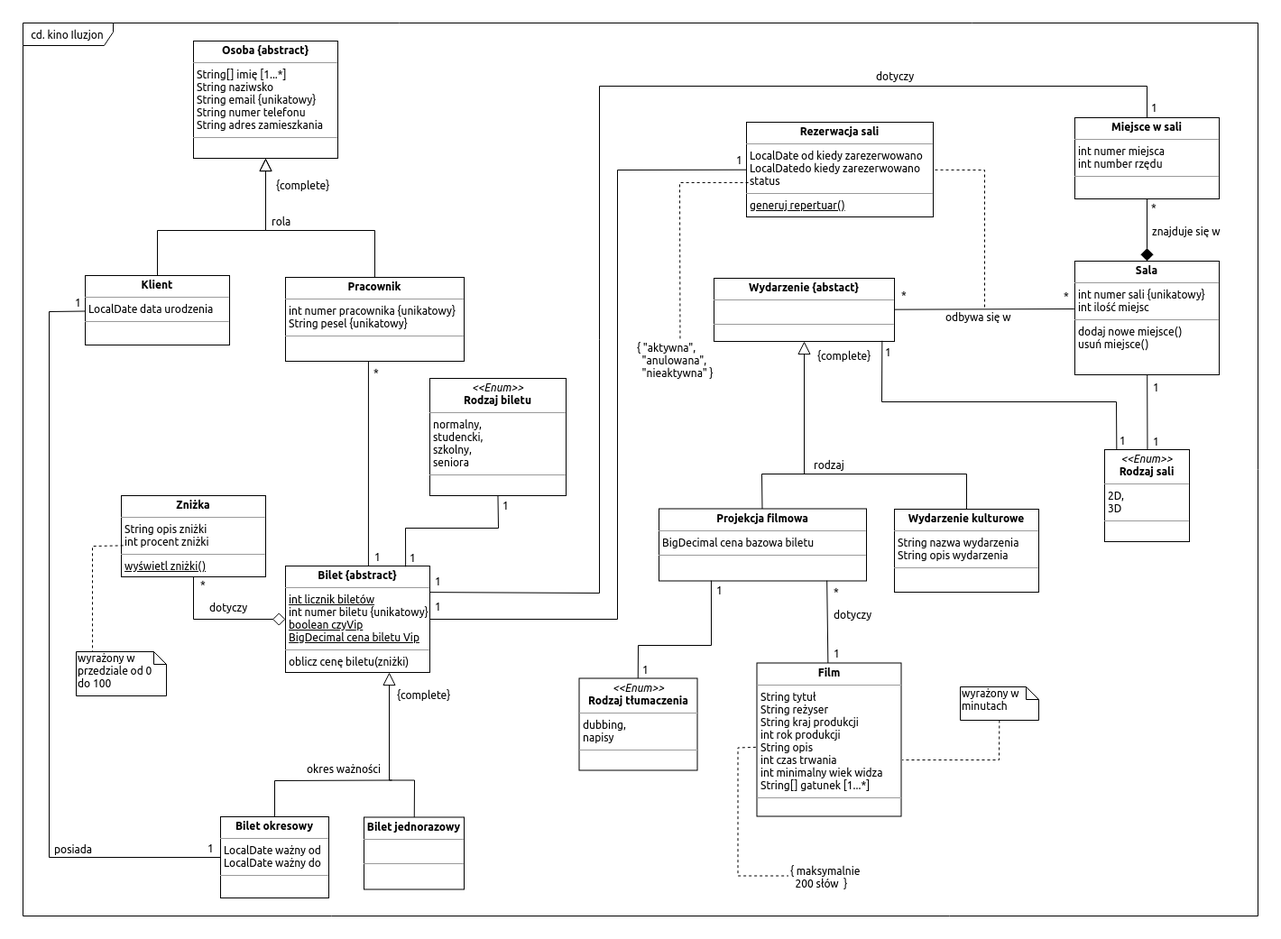
This is MAS/project/docs/diagram_klas_projektowy.png from Billith/Academic, a draw.io export, as it was before one commit. Source tidied: cells renumbered, new cells last; positions are measured from the earlier drawing's top-left corner, leaving out a move shared by most shapes.
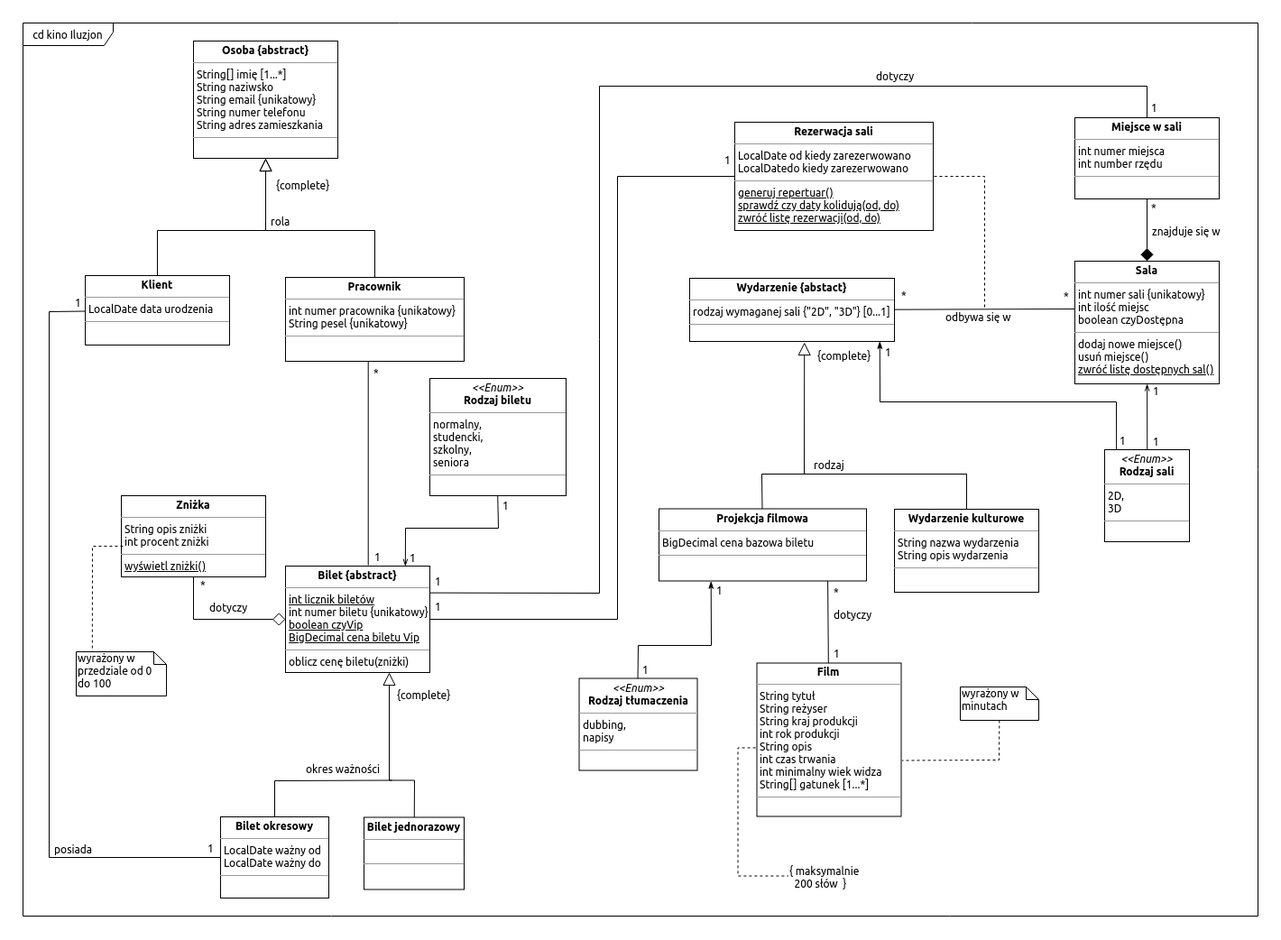
The same diagram one commit later.

Change to the diagram source:
```diff
@@ -2,6 +2,9 @@
   <root>
     <mxCell id="0" />
     <mxCell id="1" parent="0" />
+    <mxCell id="76" value="cd kino Iluzjon" style="shape=umlFrame;whiteSpace=wrap;html=1;width=100;height=25;" parent="1" vertex="1">
+      <mxGeometry width="1369" height="990" as="geometry" />
+    </mxCell>
     <mxCell id="2" style="endArrow=block;endFill=0;endSize=12;html=1;rounded=0;" parent="1" edge="1" source="66" target="6">
       <mxGeometry relative="1" as="geometry">
         <Array as="points">
@@ -18,7 +21,7 @@
       <mxGeometry relative="1" as="geometry">
         <mxPoint x="1066" y="315" as="sourcePoint" />
         <Array as="points">
-          <mxPoint x="1066" y="163" />
+          <mxPoint x="1066" y="170" />
         </Array>
       </mxGeometry>
     </mxCell>
@@ -45,17 +48,17 @@
     <mxCell id="10" value="&lt;p style=&quot;margin: 0px ; margin-top: 4px ; text-align: center&quot;&gt;&lt;b&gt;Bilet jednorazowy&lt;/b&gt;&lt;/p&gt;&lt;hr size=&quot;1&quot;&gt;&lt;p style=&quot;margin: 0px ; margin-left: 4px&quot;&gt;&lt;br&gt;&lt;/p&gt;&lt;hr size=&quot;1&quot;&gt;&lt;p style=&quot;margin: 0px ; margin-left: 4px&quot;&gt;&lt;br&gt;&lt;/p&gt;" style="verticalAlign=top;align=left;overflow=fill;fontSize=12;fontFamily=Helvetica;html=1;" parent="1" vertex="1">
       <mxGeometry x="378" y="880.5" width="111" height="80" as="geometry" />
     </mxCell>
-    <mxCell id="11" value="&lt;p style=&quot;margin: 0px ; margin-top: 4px ; text-align: center&quot;&gt;&lt;b&gt;Sala&lt;/b&gt;&lt;/p&gt;&lt;hr size=&quot;1&quot;&gt;&lt;p style=&quot;margin: 0px ; margin-left: 4px&quot;&gt;int numer sali {unikatowy}&lt;/p&gt;&lt;p style=&quot;margin: 0px ; margin-left: 4px&quot;&gt;int ilość miejsc&lt;/p&gt;&lt;hr size=&quot;1&quot;&gt;&lt;p style=&quot;margin: 0px ; margin-left: 4px&quot;&gt;dodaj nowe miejsce()&lt;/p&gt;&lt;p style=&quot;margin: 0px ; margin-left: 4px&quot;&gt;usuń miejsce()&lt;/p&gt;" style="verticalAlign=top;align=left;overflow=fill;fontSize=12;fontFamily=Helvetica;html=1;" parent="1" vertex="1">
-      <mxGeometry x="1166" y="264" width="160" height="126" as="geometry" />
+    <mxCell id="11" value="&lt;p style=&quot;margin: 0px ; margin-top: 4px ; text-align: center&quot;&gt;&lt;b&gt;Sala&lt;/b&gt;&lt;/p&gt;&lt;hr size=&quot;1&quot;&gt;&lt;p style=&quot;margin: 0px ; margin-left: 4px&quot;&gt;int numer sali {unikatowy}&lt;/p&gt;&lt;p style=&quot;margin: 0px ; margin-left: 4px&quot;&gt;int ilość miejsc&lt;/p&gt;&lt;p style=&quot;margin: 0px ; margin-left: 4px&quot;&gt;boolean czyDostępna&lt;/p&gt;&lt;hr size=&quot;1&quot;&gt;&lt;p style=&quot;margin: 0px ; margin-left: 4px&quot;&gt;dodaj nowe miejsce()&lt;/p&gt;&lt;p style=&quot;margin: 0px ; margin-left: 4px&quot;&gt;usuń miejsce()&lt;/p&gt;&lt;p style=&quot;margin: 0px ; margin-left: 4px&quot;&gt;&lt;u&gt;zwróć listę dostępnych sal()&lt;/u&gt;&lt;/p&gt;" style="verticalAlign=top;align=left;overflow=fill;fontSize=12;fontFamily=Helvetica;html=1;" parent="1" vertex="1">
+      <mxGeometry x="1166" y="264" width="160" height="136" as="geometry" />
     </mxCell>
     <mxCell id="12" value="&lt;p style=&quot;margin: 0px ; margin-top: 4px ; text-align: center&quot;&gt;&lt;b&gt;Miejsce w sali&lt;/b&gt;&lt;/p&gt;&lt;hr size=&quot;1&quot;&gt;&lt;p style=&quot;margin: 0px ; margin-left: 4px&quot;&gt;int numer miejsca&lt;/p&gt;&lt;p style=&quot;margin: 0px ; margin-left: 4px&quot;&gt;int number rzędu&lt;/p&gt;&lt;hr size=&quot;1&quot;&gt;&lt;p style=&quot;margin: 0px ; margin-left: 4px&quot;&gt;&lt;br&gt;&lt;/p&gt;" style="verticalAlign=top;align=left;overflow=fill;fontSize=12;fontFamily=Helvetica;html=1;" parent="1" vertex="1">
       <mxGeometry x="1166" y="105" width="160" height="90" as="geometry" />
     </mxCell>
-    <mxCell id="13" value="&lt;p style=&quot;margin: 0px ; margin-top: 4px ; text-align: center&quot;&gt;&lt;b&gt;Rezerwacja sali&lt;/b&gt;&lt;/p&gt;&lt;hr size=&quot;1&quot;&gt;&lt;p style=&quot;margin: 0px ; margin-left: 4px&quot;&gt;LocalDate od kiedy zarezerwowano&lt;/p&gt;&lt;p style=&quot;margin: 0px ; margin-left: 4px&quot;&gt;LocalDatedo kiedy zarezerwowano&lt;/p&gt;&lt;p style=&quot;margin: 0px ; margin-left: 4px&quot;&gt;status&lt;/p&gt;&lt;hr size=&quot;1&quot;&gt;&lt;p style=&quot;margin: 0px ; margin-left: 4px&quot;&gt;&lt;u&gt;generuj repertuar()&lt;/u&gt;&lt;/p&gt;" style="verticalAlign=top;align=left;overflow=fill;fontSize=12;fontFamily=Helvetica;html=1;" parent="1" vertex="1">
-      <mxGeometry x="802" y="110" width="207" height="105" as="geometry" />
+    <mxCell id="13" value="&lt;p style=&quot;margin: 0px ; margin-top: 4px ; text-align: center&quot;&gt;&lt;b&gt;Rezerwacja sali&lt;/b&gt;&lt;/p&gt;&lt;hr size=&quot;1&quot;&gt;&lt;p style=&quot;margin: 0px ; margin-left: 4px&quot;&gt;LocalDate od kiedy zarezerwowano&lt;/p&gt;&lt;p style=&quot;margin: 0px ; margin-left: 4px&quot;&gt;LocalDatedo kiedy zarezerwowano&lt;/p&gt;&lt;hr size=&quot;1&quot;&gt;&lt;p style=&quot;margin: 0px ; margin-left: 4px&quot;&gt;&lt;u&gt;generuj repertuar()&lt;/u&gt;&lt;/p&gt;&lt;p style=&quot;margin: 0px ; margin-left: 4px&quot;&gt;&lt;u&gt;sprawdź czy daty kolidują(od, do)&lt;/u&gt;&lt;/p&gt;&lt;p style=&quot;margin: 0px ; margin-left: 4px&quot;&gt;&lt;u&gt;zwróć listę rezerwacji(od, do)&lt;/u&gt;&lt;/p&gt;" style="verticalAlign=top;align=left;overflow=fill;fontSize=12;fontFamily=Helvetica;html=1;" parent="1" vertex="1">
+      <mxGeometry x="789" y="110" width="220" height="120" as="geometry" />
     </mxCell>
-    <mxCell id="14" value="&lt;p style=&quot;margin: 0px ; margin-top: 4px ; text-align: center&quot;&gt;&lt;b&gt;Wydarzenie {abstact}&lt;/b&gt;&lt;/p&gt;&lt;hr size=&quot;1&quot;&gt;&lt;p style=&quot;margin: 0px ; margin-left: 4px&quot;&gt;&lt;br&gt;&lt;/p&gt;&lt;hr size=&quot;1&quot;&gt;&lt;p style=&quot;margin: 0px ; margin-left: 4px&quot;&gt;&lt;br&gt;&lt;/p&gt;" style="verticalAlign=top;align=left;overflow=fill;fontSize=12;fontFamily=Helvetica;html=1;" parent="1" vertex="1">
-      <mxGeometry x="766" y="283" width="200" height="70" as="geometry" />
+    <mxCell id="14" value="&lt;p style=&quot;margin: 0px ; margin-top: 4px ; text-align: center&quot;&gt;&lt;b&gt;Wydarzenie {abstact}&lt;/b&gt;&lt;/p&gt;&lt;hr size=&quot;1&quot;&gt;&lt;p style=&quot;margin: 0px ; margin-left: 4px&quot;&gt;rodzaj wymaganej sali {&quot;2D&quot;, &quot;3D&quot;} [0...1]&lt;/p&gt;&lt;hr size=&quot;1&quot;&gt;&lt;p style=&quot;margin: 0px ; margin-left: 4px&quot;&gt;&lt;br&gt;&lt;/p&gt;" style="verticalAlign=top;align=left;overflow=fill;fontSize=12;fontFamily=Helvetica;html=1;" parent="1" vertex="1">
+      <mxGeometry x="739" y="283" width="227" height="70" as="geometry" />
     </mxCell>
     <mxCell id="15" style="endArrow=none;endFill=0;endSize=12;html=1;rounded=0;" parent="1" edge="1" target="16">
       <mxGeometry relative="1" as="geometry">
@@ -107,7 +110,7 @@
     <mxCell id="27" style="group;" parent="1" vertex="1">
       <mxGeometry x="866" y="360" width="180" height="140" as="geometry" />
     </mxCell>
-    <mxCell id="28" style="endArrow=block;html=1;rounded=0;endFill=0;endSize=12;" parent="27" edge="1" source="18" target="14">
+    <mxCell id="28" style="endArrow=block;html=1;rounded=0;endFill=0;endSize=12;entryX=0.559;entryY=1.007;entryDx=0;entryDy=0;entryPerimeter=0;" parent="27" edge="1" source="18" target="14">
       <mxGeometry relative="1" as="geometry">
         <Array as="points">
           <mxPoint x="180" y="140" />
@@ -201,7 +204,7 @@
       <mxGeometry relative="1" as="geometry">
         <Array as="points">
           <mxPoint x="204" y="518" />
-          <mxPoint x="204" y="20" />
+          <mxPoint x="204" y="27" />
         </Array>
       </mxGeometry>
     </mxCell>
@@ -209,7 +212,7 @@
       <mxGeometry y="495" width="20" height="10" as="geometry" />
     </mxCell>
     <mxCell id="57" value="1" style="text;html=1;align=left;verticalAlign=top;spacingTop=-4;" parent="54" vertex="1">
-      <mxGeometry x="334" width="20" height="10" as="geometry" />
+      <mxGeometry x="321" width="20" height="10" as="geometry" />
     </mxCell>
     <mxCell id="58" style="group;" parent="54" vertex="1">
       <mxGeometry x="-137.5" y="-119.5" width="817" height="582" as="geometry" />
@@ -229,9 +232,6 @@
     <mxCell id="61" value="dotyczy" style="text;html=1;align=left;verticalAlign=top;spacingTop=-4;" parent="58" vertex="1">
       <mxGeometry x="626.5" y="26.5" width="60" height="10" as="geometry" />
     </mxCell>
-    <mxCell id="62" value="{ &quot;aktywna&quot;,&lt;br&gt;&amp;nbsp; &quot;anulowana&quot;,&lt;br&gt;&amp;nbsp; &quot;nieaktywna&quot; }&lt;br&gt;" style="text;html=1;points=[];align=left;verticalAlign=top;spacingTop=-4;" parent="58" vertex="1">
-      <mxGeometry x="361" y="327" width="100" height="40" as="geometry" />
-    </mxCell>
     <mxCell id="63" value="*" style="text;html=1;align=left;verticalAlign=top;spacingTop=-4;" parent="58" vertex="1">
       <mxGeometry x="69.5" y="355.5" width="20" height="10" as="geometry" />
     </mxCell>
@@ -270,21 +270,12 @@
     <mxCell id="73" value="{ maksymalnie&lt;br&gt;&amp;nbsp; 200 słów&amp;nbsp; }&lt;br&gt;" style="text;html=1;points=[];align=left;verticalAlign=top;spacingTop=-4;" parent="1" vertex="1">
       <mxGeometry x="848.5" y="930.5" width="90" height="30" as="geometry" />
     </mxCell>
-    <mxCell id="74" style="endArrow=none;endFill=0;endSize=12;html=1;dashed=1;exitX=0.011;exitY=0.641;exitDx=0;exitDy=0;exitPerimeter=0;rounded=0;" parent="1" edge="1" source="13" target="62">
-      <mxGeometry relative="1" as="geometry">
-        <Array as="points">
-          <mxPoint x="728" y="177" />
-        </Array>
-      </mxGeometry>
-    </mxCell>
-    <mxCell id="75" style="endArrow=none;html=1;rounded=0;entryX=-0.004;entryY=0.422;entryDx=0;entryDy=0;entryPerimeter=0;" parent="1" edge="1" target="11">
+    <mxCell id="75" style="endArrow=none;html=1;rounded=0;" parent="1" edge="1">
       <mxGeometry relative="1" as="geometry">
         <mxPoint x="966" y="317.7" as="sourcePoint" />
+        <mxPoint x="1166" y="317" as="targetPoint" />
       </mxGeometry>
     </mxCell>
-    <mxCell id="76" value="cd. kino Iluzjon" style="shape=umlFrame;whiteSpace=wrap;html=1;width=100;height=25;" parent="1" vertex="1">
-      <mxGeometry width="1369" height="990" as="geometry" />
-    </mxCell>
     <mxCell id="77" style="endArrow=none;endFill=0;endSize=12;html=1;dashed=1;rounded=0;exitX=0.011;exitY=0.62;exitDx=0;exitDy=0;exitPerimeter=0;entryX=0.179;entryY=-0.009;entryDx=0;entryDy=0;entryPerimeter=0;" parent="1" edge="1" source="8" target="35">
       <mxGeometry relative="1" as="geometry">
         <Array as="points">
@@ -317,7 +308,7 @@
         </Array>
       </mxGeometry>
     </mxCell>
-    <mxCell id="83" style="endArrow=none;html=1;entryX=0.5;entryY=1;entryDx=0;entryDy=0;rounded=0;exitX=0.831;exitY=0.003;exitDx=0;exitDy=0;exitPerimeter=0;" parent="1" edge="1" source="7" target="64">
+    <mxCell id="83" style="endArrow=none;html=1;entryX=0.5;entryY=1;entryDx=0;entryDy=0;rounded=0;exitX=0.831;exitY=0.003;exitDx=0;exitDy=0;exitPerimeter=0;startArrow=openThin;startFill=0;" parent="1" edge="1" source="7" target="64">
       <mxGeometry relative="1" as="geometry">
         <Array as="points">
           <mxPoint x="424" y="560" />
@@ -344,7 +335,7 @@
     <mxCell id="88" value="&lt;p style=&quot;margin: 0px ; margin-top: 4px ; text-align: center&quot;&gt;&lt;i&gt;&amp;lt;&amp;lt;Enum&amp;gt;&amp;gt;&lt;/i&gt;&lt;br&gt;&lt;b&gt;Rodzaj tłumaczenia&lt;/b&gt;&lt;/p&gt;&lt;hr size=&quot;1&quot;&gt;&lt;p style=&quot;margin: 0px ; margin-left: 4px&quot;&gt;dubbing,&lt;/p&gt;&lt;p style=&quot;margin: 0px ; margin-left: 4px&quot;&gt;napisy&lt;/p&gt;&lt;hr size=&quot;1&quot;&gt;&lt;p style=&quot;margin: 0px ; margin-left: 4px&quot;&gt;&lt;br&gt;&lt;/p&gt;" style="verticalAlign=top;align=left;overflow=fill;fontSize=12;fontFamily=Helvetica;html=1;" parent="1" vertex="1">
       <mxGeometry x="616.5" y="726.5" width="131" height="102" as="geometry" />
     </mxCell>
-    <mxCell id="89" style="endArrow=none;html=1;entryX=0.25;entryY=1;entryDx=0;entryDy=0;rounded=0;exitX=0.5;exitY=0;exitDx=0;exitDy=0;" parent="1" edge="1" source="88" target="16">
+    <mxCell id="89" style="endArrow=classicThin;html=1;entryX=0.25;entryY=1;entryDx=0;entryDy=0;rounded=0;exitX=0.5;exitY=0;exitDx=0;exitDy=0;endFill=1;" parent="1" edge="1" source="88" target="16">
       <mxGeometry relative="1" as="geometry">
         <Array as="points">
           <mxPoint x="682" y="690" />
@@ -358,14 +349,14 @@
     <mxCell id="91" value="&lt;p style=&quot;margin: 0px ; margin-top: 4px ; text-align: center&quot;&gt;&lt;i&gt;&amp;lt;&amp;lt;Enum&amp;gt;&amp;gt;&lt;/i&gt;&lt;br&gt;&lt;b&gt;Rodzaj sali&lt;/b&gt;&lt;/p&gt;&lt;hr size=&quot;1&quot;&gt;&lt;p style=&quot;margin: 0px ; margin-left: 4px&quot;&gt;2D,&lt;/p&gt;&lt;p style=&quot;margin: 0px ; margin-left: 4px&quot;&gt;3D&lt;/p&gt;&lt;hr size=&quot;1&quot;&gt;&lt;p style=&quot;margin: 0px ; margin-left: 4px&quot;&gt;&lt;br&gt;&lt;/p&gt;" style="verticalAlign=top;align=left;overflow=fill;fontSize=12;fontFamily=Helvetica;html=1;" parent="1" vertex="1">
       <mxGeometry x="1199" y="473" width="94" height="102" as="geometry" />
     </mxCell>
-    <mxCell id="92" style="endArrow=none;html=1;rounded=0;exitX=0.5;exitY=0;exitDx=0;exitDy=0;" parent="1" edge="1" source="91" target="11">
+    <mxCell id="92" style="endArrow=openThin;html=1;rounded=0;exitX=0.5;exitY=0;exitDx=0;exitDy=0;endFill=0;" parent="1" edge="1" source="91" target="11">
       <mxGeometry relative="1" as="geometry" />
     </mxCell>
-    <mxCell id="93" style="endArrow=none;html=1;rounded=0;entryX=0.929;entryY=0.997;entryDx=0;entryDy=0;entryPerimeter=0;exitX=0.139;exitY=0.001;exitDx=0;exitDy=0;exitPerimeter=0;" parent="1" edge="1" source="91" target="14">
+    <mxCell id="93" style="endArrow=classicThin;html=1;rounded=0;entryX=0.929;entryY=0.997;entryDx=0;entryDy=0;entryPerimeter=0;exitX=0.139;exitY=0.001;exitDx=0;exitDy=0;exitPerimeter=0;endFill=1;" parent="1" edge="1" source="91" target="14">
       <mxGeometry relative="1" as="geometry">
         <Array as="points">
           <mxPoint x="1212" y="420" />
-          <mxPoint x="952" y="420" />
+          <mxPoint x="950" y="420" />
         </Array>
       </mxGeometry>
     </mxCell>
@@ -376,7 +367,7 @@
       <mxGeometry x="1214" y="454" width="20" height="10" as="geometry" />
     </mxCell>
     <mxCell id="96" value="1" style="text;html=1;align=left;verticalAlign=top;spacingTop=-4;" parent="1" vertex="1">
-      <mxGeometry x="1251" y="395" width="20" height="10" as="geometry" />
+      <mxGeometry x="1251" y="399" width="20" height="10" as="geometry" />
     </mxCell>
   </root>
 </mxGraphModel>
```
